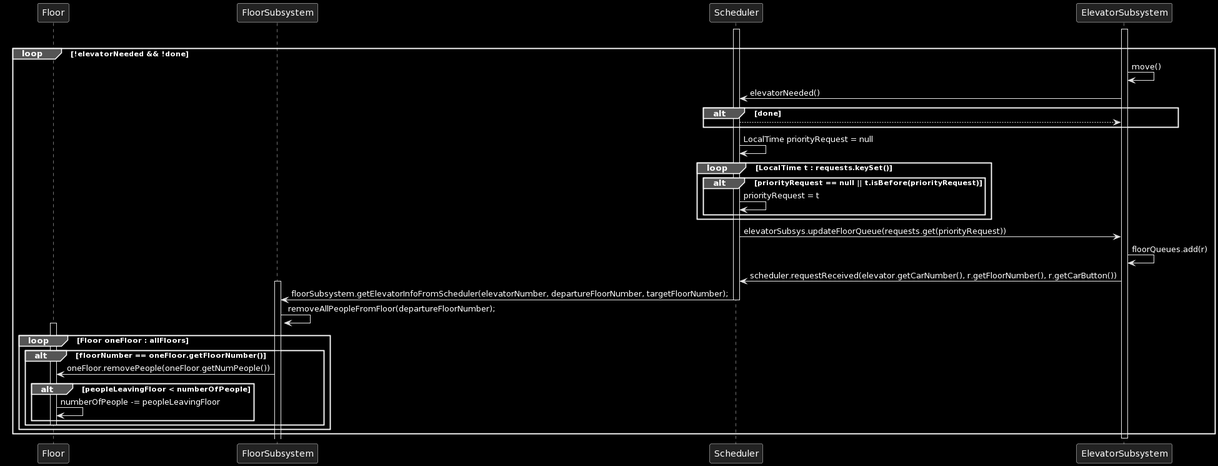
This is iteration1/diagrams/sequence_elevator_arrived.png from w4est/elevator-simulator, a PlantUML export, as it was before one commit.
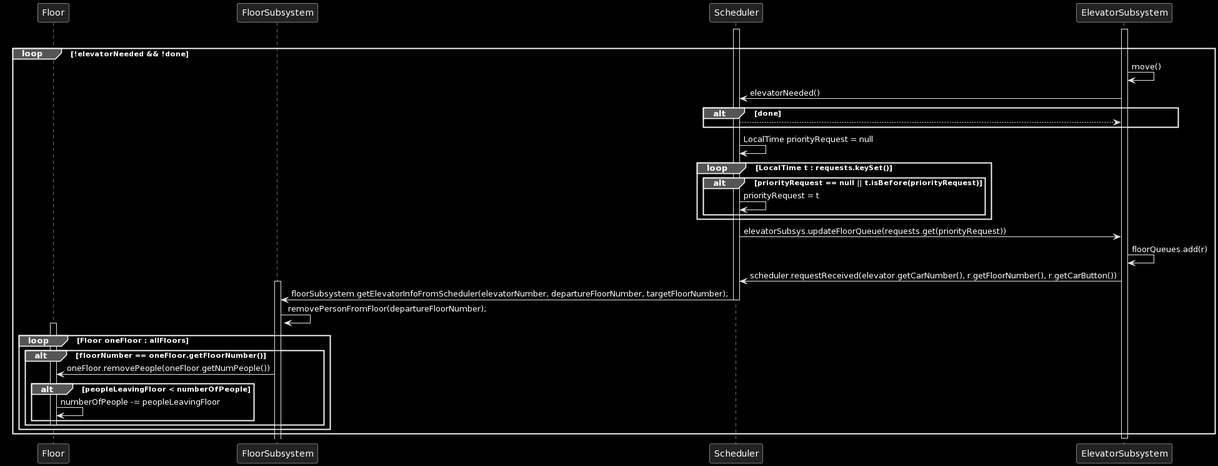
The same file after the commit.

Commit message:
Small amendment to arrived sequence diagram

Change to the diagram source:
```diff
@@ -26,7 +26,7 @@
         activate FloorSubsystem
         Scheduler -> FloorSubsystem: floorSubsystem.getElevatorInfoFromScheduler(elevatorNumber, departureFloorNumber, targetFloorNumber);
         deactivate Scheduler
-        FloorSubsystem -> FloorSubsystem: removeAllPeopleFromFloor(departureFloorNumber);
+        FloorSubsystem -> FloorSubsystem: removePersonFromFloor(departureFloorNumber);
         loop Floor oneFloor : allFloors
             alt floorNumber == oneFloor.getFloorNumber()
                 activate Floor
```
